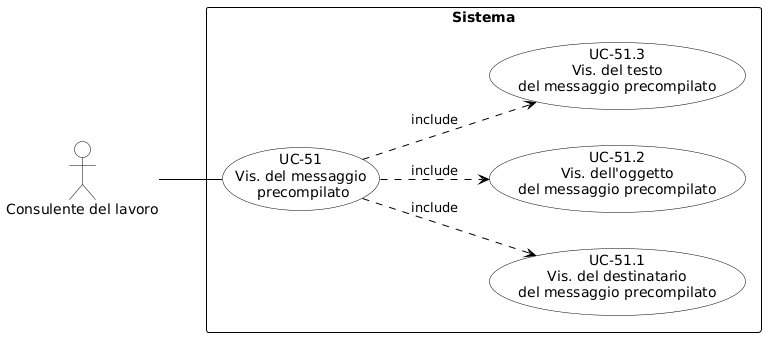
Above: RTB/Analisi dei Requisiti/diagrammi_use_case/UC-51.png in aLittleByte-19/Documentazione (PlantUML), before the change.
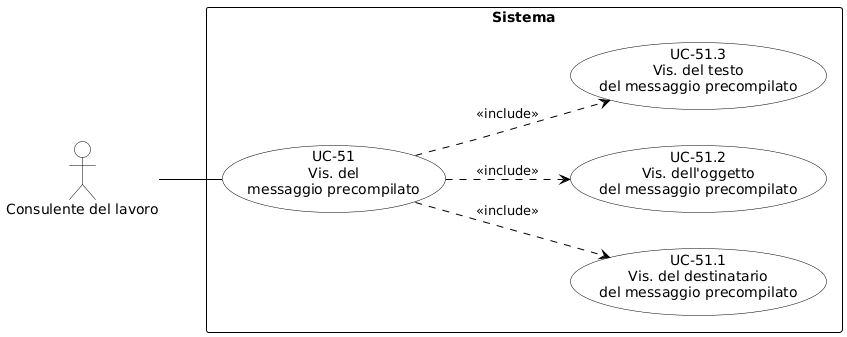
After the change.

Change to the diagram source:
```diff
@@ -1,4 +1,9 @@
 @startuml
+skinparam shadowing false
+skinparam defaultFontName Arial
+left to right direction
+
+
 skinparam shadowing false
 skinparam defaultFontName Arial
 left to right direction
@@ -20,15 +25,15 @@
 actor "Consulente del lavoro" as cdl
 
 rectangle "Sistema" {
-    usecase "UC-51\nVis. del messaggio\n precompilato" as UC51
+    usecase "UC-51\nVis. del\nmessaggio precompilato" as UC51
 
     usecase "UC-51.1\nVis. del destinatario\ndel messaggio precompilato" as UC51_1
     usecase "UC-51.2\nVis. dell'oggetto\ndel messaggio precompilato" as UC51_2
     usecase "UC-51.3\nVis. del testo\ndel messaggio precompilato" as UC51_3
 
-    UC51 .down.> UC51_1 : «include»
-    UC51 .down.> UC51_2 : «include»
-    UC51 .down.> UC51_3 : «include»
+    UC51 .down.> UC51_1 : \n«include»
+    UC51 .down.> UC51_2 : \n«include»
+    UC51 .down.> UC51_3 : \n«include»
 }
 
 cdl -- UC51
```
